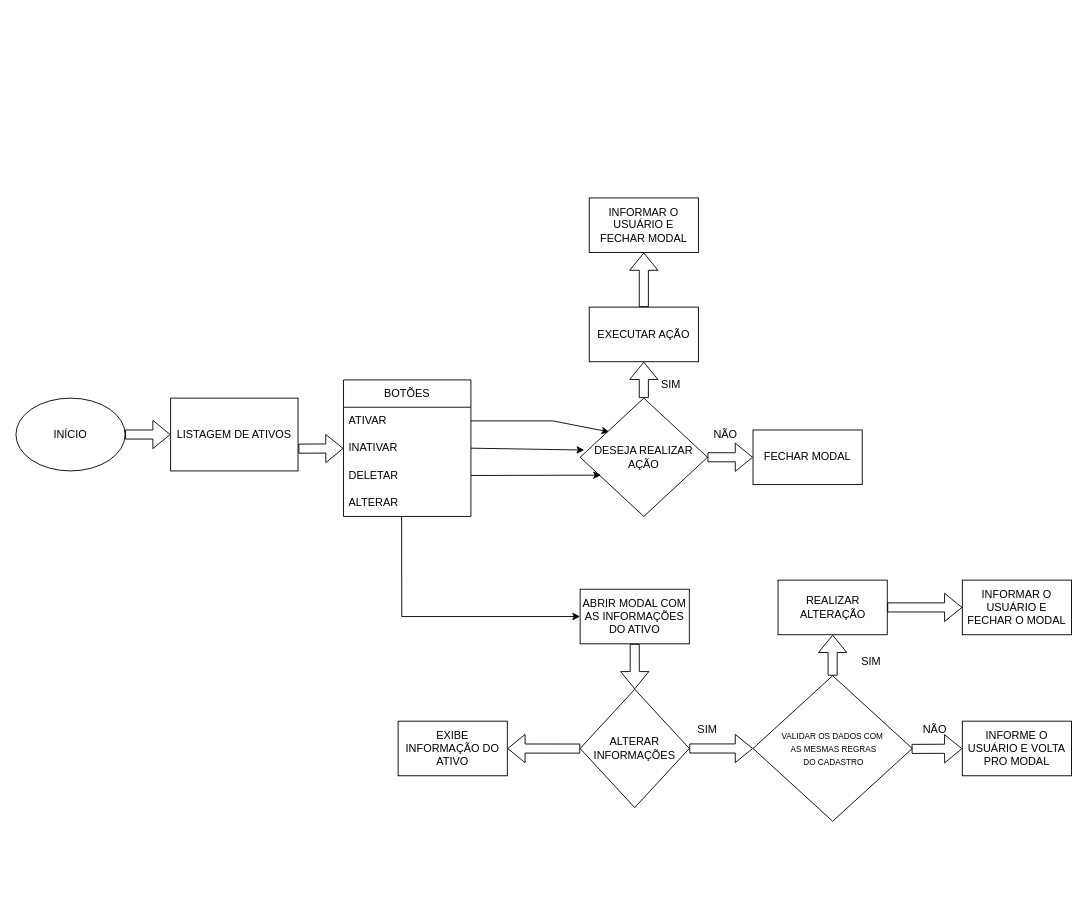
asghensel/projetoCadastro keeps this draw.io diagram as fluxogramas/listar_alterar_ativos.drawio. Above is the earlier version. Source tidied: cells renumbered, new cells numbered last; positions are measured from the earlier drawing's top-left corner, leaving out a move shared by most shapes. Both pictures are drawn from the tidied source at 91%, with x=0, y=0 at pixel (15, 197).
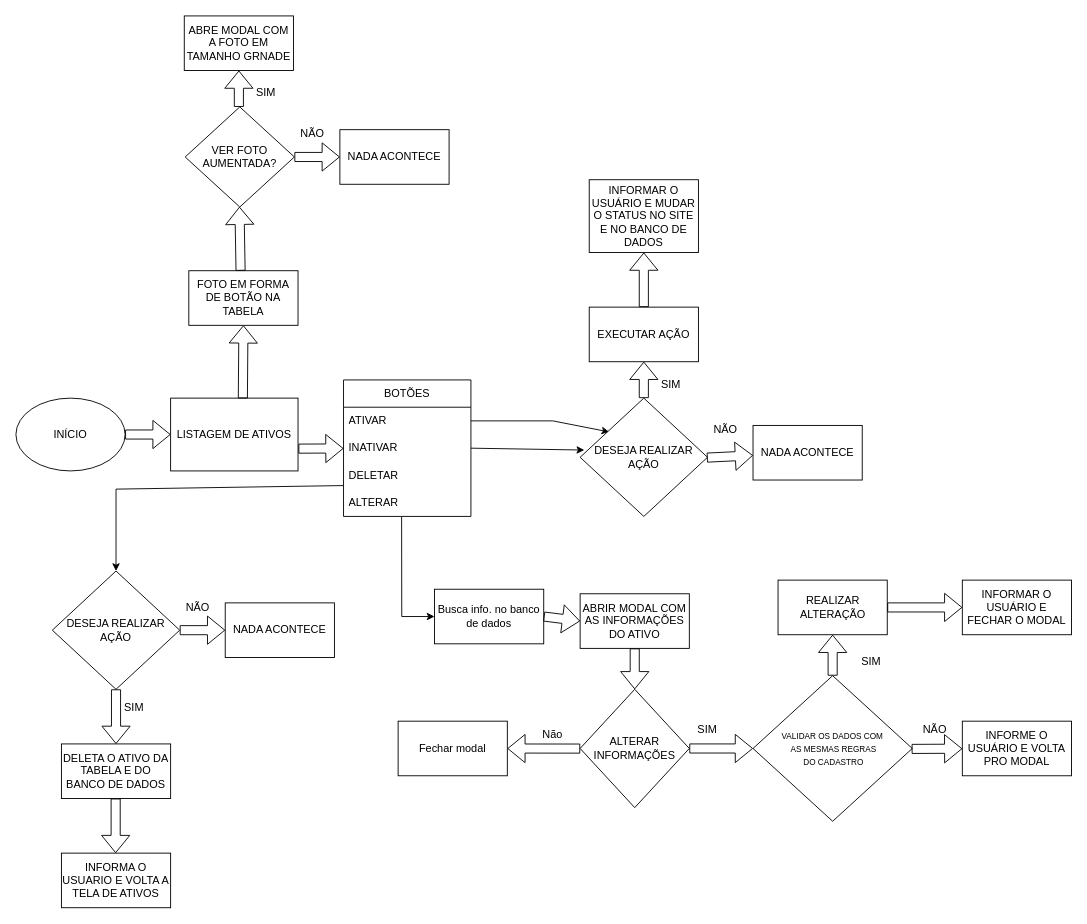
Above is the later version.

The change refers to these unchanged cells:
```xml
<mxCell id="4" value="LISTAGEM DE ATIVOS" style="rounded=0;whiteSpace=wrap;html=1;" parent="1" vertex="1">
  <mxGeometry x="170" y="220" width="140" height="80" as="geometry" />
</mxCell>
<mxCell id="9" value="DELETAR" style="text;strokeColor=none;fillColor=none;align=left;verticalAlign=middle;spacingLeft=4;spacingRight=4;overflow=hidden;points=[[0,0.5],[1,0.5]];portConstraint=eastwest;whiteSpace=wrap;html=1;" parent="6" vertex="1">
  <mxGeometry y="90" width="140" height="30" as="geometry" />
</mxCell>
<mxCell id="10" value="ALTERAR" style="text;strokeColor=none;fillColor=none;align=left;verticalAlign=middle;spacingLeft=4;spacingRight=4;overflow=hidden;points=[[0,0.5],[1,0.5]];portConstraint=eastwest;whiteSpace=wrap;html=1;" parent="6" vertex="1">
  <mxGeometry y="120" width="140" height="30" as="geometry" />
</mxCell>
<mxCell id="12" value="DESEJA REALIZAR AÇÃO" style="rhombus;whiteSpace=wrap;html=1;" parent="1" vertex="1">
  <mxGeometry x="620" y="220" width="140" height="130" as="geometry" />
</mxCell>
```

What changed in the source:
```diff
@@
-    <mxCell id="13" style="endArrow=classic;html=1;rounded=0;exitX=1;exitY=0.5;exitDx=0;exitDy=0;entryX=0.164;entryY=0.651;entryDx=0;entryDy=0;entryPerimeter=0;" parent="1" edge="1" source="9" target="12">
-      <mxGeometry relative="1" as="geometry" />
-    </mxCell>
@@
-    <mxCell id="17" style="shape=flexArrow;endArrow=classic;html=1;rounded=0;exitX=1;exitY=0.5;exitDx=0;exitDy=0;" parent="1" edge="1" source="12" target="18">
-      <mxGeometry relative="1" as="geometry" />
+    <mxCell id="17" style="shape=flexArrow;endArrow=classic;html=1;rounded=0;exitX=1;exitY=0.5;exitDx=0;exitDy=0;" parent="1" edge="1" target="18">
+      <mxGeometry relative="1" as="geometry">
+        <mxPoint x="180" y="475" as="sourcePoint" />
+      </mxGeometry>
     </mxCell>
-    <mxCell id="18" value="FECHAR MODAL" style="rounded=0;whiteSpace=wrap;html=1;" parent="1" vertex="1">
-      <mxGeometry x="810" y="255" width="120" height="60" as="geometry" />
+    <mxCell id="18" value="NADA ACONTECE" style="rounded=0;whiteSpace=wrap;html=1;" parent="1" vertex="1">
+      <mxGeometry x="230" y="445" width="120" height="60" as="geometry" />
     </mxCell>
     <mxCell id="19" value="NÃO" style="text;strokeColor=none;align=center;fillColor=none;html=1;verticalAlign=middle;whiteSpace=wrap;rounded=0;" parent="1" vertex="1">
-      <mxGeometry x="750" y="245" width="60" height="30" as="geometry" />
+      <mxGeometry x="170" y="435" width="60" height="30" as="geometry" />
     </mxCell>
@@
-    <mxCell id="21" style="endArrow=classic;html=1;rounded=0;exitX=0.456;exitY=1.019;exitDx=0;exitDy=0;exitPerimeter=0;" parent="1" edge="1" source="10" target="22">
+    <mxCell id="21" style="endArrow=classic;html=1;rounded=0;exitX=0.456;exitY=1.019;exitDx=0;exitDy=0;exitPerimeter=0;" parent="1" edge="1" source="10">
       <mxGeometry relative="1" as="geometry">
+        <mxPoint x="460" y="460" as="targetPoint" />
         <Array as="points">
           <mxPoint x="424" y="460" />
         </Array>
       </mxGeometry>
     </mxCell>
     <mxCell id="22" value="ABRIR MODAL COM AS INFORMAÇÕES DO ATIVO" style="rounded=0;whiteSpace=wrap;html=1;" parent="1" vertex="1">
-      <mxGeometry x="620" y="430" width="120" height="60" as="geometry" />
+      <mxGeometry x="620" y="435" width="120" height="60" as="geometry" />
     </mxCell>
@@
-    <mxCell id="37" value="INFORMAR O USUÁRIO E FECHAR MODAL" style="rounded=0;whiteSpace=wrap;html=1;" parent="1" vertex="1">
-      <mxGeometry x="630" width="120" height="60" as="geometry" />
+    <mxCell id="37" value="INFORMAR O USUÁRIO E MUDAR O STATUS NO SITE E NO BANCO DE DADOS" style="rounded=0;whiteSpace=wrap;html=1;" parent="1" vertex="1">
+      <mxGeometry x="630" y="-20" width="120" height="80" as="geometry" />
     </mxCell>
@@
-    <mxCell id="39" value="EXIBE INFORMAÇÃO DO ATIVO" style="rounded=0;whiteSpace=wrap;html=1;" parent="1" vertex="1">
+    <mxCell id="39" value="Fechar modal" style="rounded=0;whiteSpace=wrap;html=1;" parent="1" vertex="1">
       <mxGeometry x="420" y="575" width="120" height="60" as="geometry" />
     </mxCell>
+    <mxCell id="40" value="Busca info. no banco de dados" style="rounded=0;whiteSpace=wrap;html=1;" parent="1" vertex="1">
+      <mxGeometry x="460" y="430" width="120" height="60" as="geometry" />
+    </mxCell>
+    <mxCell id="41" style="shape=flexArrow;endArrow=classic;html=1;rounded=0;exitX=1;exitY=0.5;exitDx=0;exitDy=0;entryX=0;entryY=0.5;entryDx=0;entryDy=0;" parent="1" edge="1" source="40" target="22">
+      <mxGeometry relative="1" as="geometry" />
+    </mxCell>
+    <mxCell id="42" value="Não" style="text;strokeColor=none;align=center;fillColor=none;html=1;verticalAlign=middle;whiteSpace=wrap;rounded=0;" parent="1" vertex="1">
+      <mxGeometry x="560" y="575" width="60" height="30" as="geometry" />
+    </mxCell>
+    <mxCell id="43" style="endArrow=classic;html=1;rounded=0;exitX=-0.004;exitY=0.87;exitDx=0;exitDy=0;exitPerimeter=0;entryX=0.5;entryY=0;entryDx=0;entryDy=0;" parent="1" edge="1" source="9" target="44">
+      <mxGeometry relative="1" as="geometry">
+        <Array as="points">
+          <mxPoint x="110" y="320" />
+        </Array>
+      </mxGeometry>
+    </mxCell>
+    <mxCell id="44" value="DESEJA REALIZAR AÇÃO" style="rhombus;whiteSpace=wrap;html=1;" parent="1" vertex="1">
+      <mxGeometry x="40" y="410" width="140" height="130" as="geometry" />
+    </mxCell>
+    <mxCell id="45" style="shape=flexArrow;endArrow=classic;html=1;rounded=0;exitX=0.5;exitY=1;exitDx=0;exitDy=0;" parent="1" edge="1" source="44">
+      <mxGeometry relative="1" as="geometry">
+        <mxPoint x="110" y="600" as="targetPoint" />
+      </mxGeometry>
+    </mxCell>
+    <mxCell id="46" style="shape=flexArrow;endArrow=classic;html=1;rounded=0;exitX=0.567;exitY=0.004;exitDx=0;exitDy=0;exitPerimeter=0;" parent="1" edge="1" source="4">
+      <mxGeometry relative="1" as="geometry">
+        <mxPoint x="250" y="140" as="targetPoint" />
+      </mxGeometry>
+    </mxCell>
+    <mxCell id="47" value="FOTO EM FORMA DE BOTÃO NA TABELA" style="rounded=0;whiteSpace=wrap;html=1;" parent="1" vertex="1">
+      <mxGeometry x="190" y="80" width="120" height="60" as="geometry" />
+    </mxCell>
+    <mxCell id="48" value="VER FOTO AUMENTADA?" style="rhombus;whiteSpace=wrap;html=1;" parent="1" vertex="1">
+      <mxGeometry x="186" y="-100" width="120" height="110" as="geometry" />
+    </mxCell>
+    <mxCell id="49" style="shape=flexArrow;endArrow=classic;html=1;rounded=0;exitX=0.474;exitY=0.001;exitDx=0;exitDy=0;exitPerimeter=0;entryX=0.497;entryY=0.997;entryDx=0;entryDy=0;entryPerimeter=0;" parent="1" edge="1" source="47" target="48">
+      <mxGeometry relative="1" as="geometry" />
+    </mxCell>
+    <mxCell id="50" style="shape=flexArrow;endArrow=classic;html=1;rounded=0;exitX=0.995;exitY=0.503;exitDx=0;exitDy=0;exitPerimeter=0;" parent="1" edge="1" source="12" target="51">
+      <mxGeometry relative="1" as="geometry" />
+    </mxCell>
+    <mxCell id="51" value="NADA ACONTECE" style="rounded=0;whiteSpace=wrap;html=1;" parent="1" vertex="1">
+      <mxGeometry x="810" y="250" width="120" height="60" as="geometry" />
+    </mxCell>
+    <mxCell id="52" value="NÃO" style="text;strokeColor=none;align=center;fillColor=none;html=1;verticalAlign=middle;whiteSpace=wrap;rounded=0;" parent="1" vertex="1">
+      <mxGeometry x="750" y="240" width="60" height="30" as="geometry" />
+    </mxCell>
+    <mxCell id="53" style="shape=flexArrow;endArrow=classic;html=1;rounded=0;exitX=1;exitY=0.5;exitDx=0;exitDy=0;" parent="1" edge="1" target="54">
+      <mxGeometry relative="1" as="geometry">
+        <mxPoint x="306" y="-45" as="sourcePoint" />
+      </mxGeometry>
+    </mxCell>
+    <mxCell id="54" value="NADA ACONTECE" style="rounded=0;whiteSpace=wrap;html=1;" parent="1" vertex="1">
+      <mxGeometry x="356" y="-75" width="120" height="60" as="geometry" />
+    </mxCell>
+    <mxCell id="55" value="NÃO" style="text;strokeColor=none;align=center;fillColor=none;html=1;verticalAlign=middle;whiteSpace=wrap;rounded=0;" parent="1" vertex="1">
+      <mxGeometry x="296" y="-85" width="60" height="30" as="geometry" />
+    </mxCell>
+    <mxCell id="56" style="shape=flexArrow;endArrow=classic;html=1;rounded=0;exitX=0.5;exitY=0;exitDx=0;exitDy=0;" parent="1" edge="1" target="57">
+      <mxGeometry relative="1" as="geometry">
+        <mxPoint x="245" y="-100" as="sourcePoint" />
+      </mxGeometry>
+    </mxCell>
+    <mxCell id="57" value="ABRE MODAL COM A FOTO EM TAMANHO GRNADE" style="rounded=0;whiteSpace=wrap;html=1;" parent="1" vertex="1">
+      <mxGeometry x="185" y="-200" width="120" height="60" as="geometry" />
+    </mxCell>
+    <mxCell id="58" value="SIM" style="text;strokeColor=none;align=center;fillColor=none;html=1;verticalAlign=middle;whiteSpace=wrap;rounded=0;" parent="1" vertex="1">
+      <mxGeometry x="245" y="-130" width="60" height="30" as="geometry" />
+    </mxCell>
+    <mxCell id="59" value="SIM" style="text;strokeColor=none;align=center;fillColor=none;html=1;verticalAlign=middle;whiteSpace=wrap;rounded=0;" parent="1" vertex="1">
+      <mxGeometry x="100" y="550" width="60" height="20" as="geometry" />
+    </mxCell>
+    <mxCell id="60" value="DELETA O ATIVO DA TABELA E DO BANCO DE DADOS" style="rounded=0;whiteSpace=wrap;html=1;" parent="1" vertex="1">
+      <mxGeometry x="50" y="600" width="120" height="60" as="geometry" />
+    </mxCell>
+    <mxCell id="61" style="shape=flexArrow;endArrow=classic;html=1;rounded=0;exitX=0.5;exitY=1;exitDx=0;exitDy=0;" parent="1" edge="1">
+      <mxGeometry relative="1" as="geometry">
+        <mxPoint x="109.6" y="660" as="sourcePoint" />
+        <mxPoint x="109.6" y="720" as="targetPoint" />
+      </mxGeometry>
+    </mxCell>
+    <mxCell id="62" value="INFORMA O USUARIO E VOLTA A TELA DE ATIVOS" style="rounded=0;whiteSpace=wrap;html=1;" parent="1" vertex="1">
+      <mxGeometry x="50" y="720" width="120" height="60" as="geometry" />
+    </mxCell>
```
